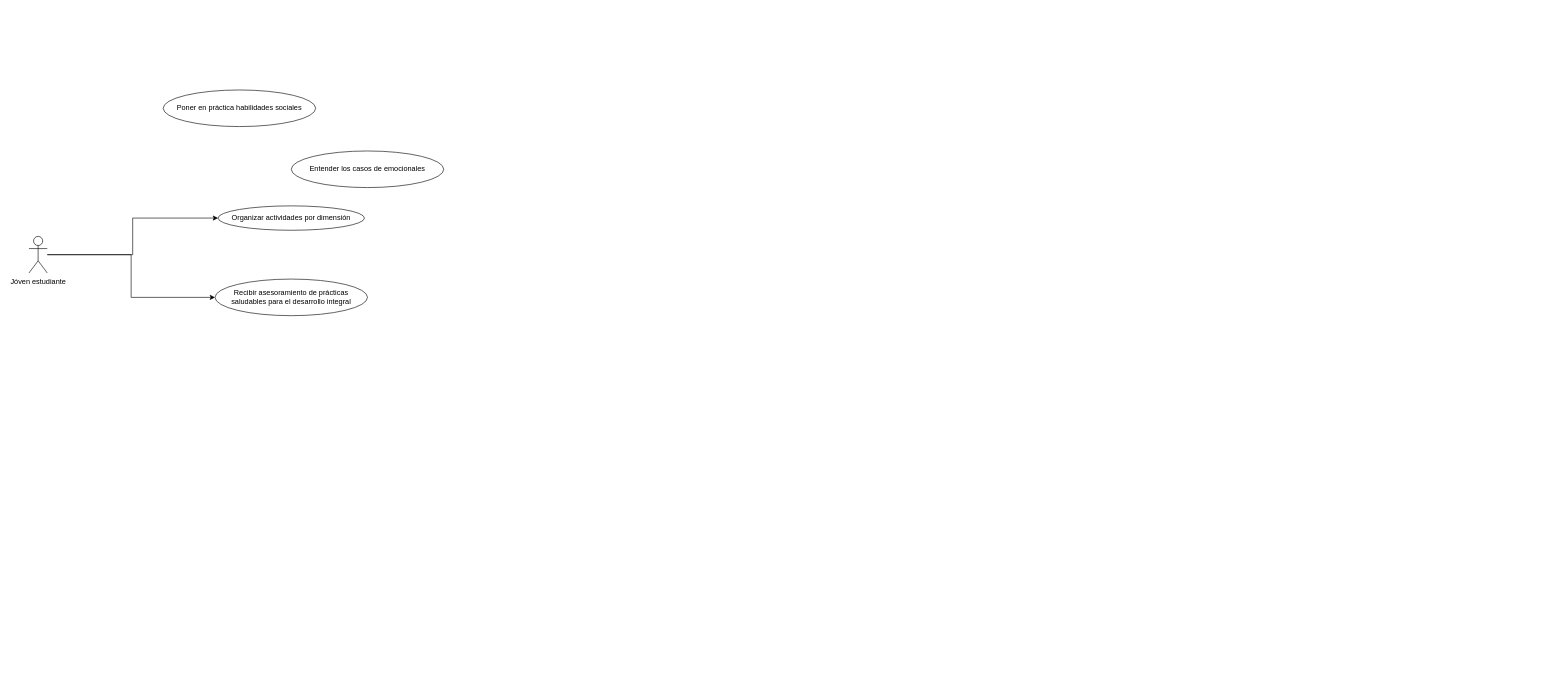
Earlier version of the draw.io diagram ArquitecturaAUVRA.drawio (MatiaswthH/Diagramas_drawio). Source tidied: cells renumbered, new cells numbered last; positions are measured from the earlier drawing's top-left corner, leaving out a move shared by most shapes. Both pictures are drawn from the tidied source at 61%, with x=0, y=0 at pixel (29, 90).
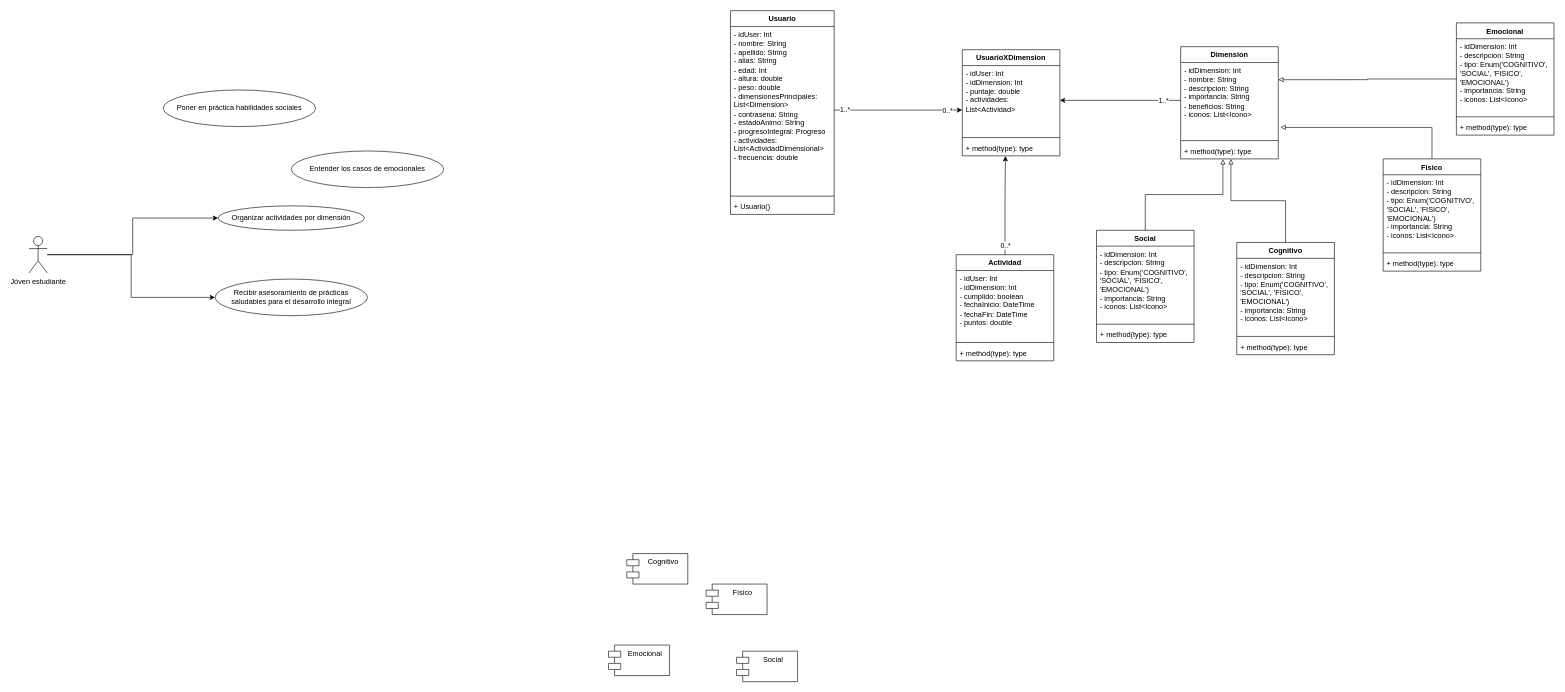
The same page after the edit.

Diff of the diagram source:
```diff
@@
+    <mxCell id="9" value="Cognitivo" style="shape=module;align=left;spacingLeft=20;align=center;verticalAlign=top;whiteSpace=wrap;html=1;" parent="1" vertex="1">
+      <mxGeometry x="980" y="760" width="100" height="50" as="geometry" />
+    </mxCell>
+    <mxCell id="10" value="Emocional" style="shape=module;align=left;spacingLeft=20;align=center;verticalAlign=top;whiteSpace=wrap;html=1;" parent="1" vertex="1">
+      <mxGeometry x="950" y="910" width="100" height="50" as="geometry" />
+    </mxCell>
+    <mxCell id="11" value="Físico" style="shape=module;align=left;spacingLeft=20;align=center;verticalAlign=top;whiteSpace=wrap;html=1;" parent="1" vertex="1">
+      <mxGeometry x="1110" y="810" width="100" height="50" as="geometry" />
+    </mxCell>
+    <mxCell id="12" value="Social" style="shape=module;align=left;spacingLeft=20;align=center;verticalAlign=top;whiteSpace=wrap;html=1;" parent="1" vertex="1">
+      <mxGeometry x="1160" y="920" width="100" height="50" as="geometry" />
+    </mxCell>
+    <mxCell id="13" value="Usuario" style="swimlane;fontStyle=1;align=center;verticalAlign=top;horizontal=1;startSize=26;whiteSpace=wrap;html=1;" parent="1" vertex="1">
+      <mxGeometry x="1150" y="-130" width="170" height="334" as="geometry" />
+    </mxCell>
+    <mxCell id="14" value="- idUser: Int&lt;div&gt;- nombre: String&lt;/div&gt;&lt;div&gt;- apellido: String&lt;/div&gt;&lt;div&gt;- alias: String&lt;/div&gt;&lt;div&gt;- edad: Int&lt;/div&gt;&lt;div&gt;- altura: double&lt;/div&gt;&lt;div&gt;- peso: double&lt;/div&gt;&lt;div&gt;&lt;div&gt;&lt;div&gt;- dimensionesPrincipales: List&amp;lt;Dimension&amp;gt;&lt;/div&gt;&lt;/div&gt;&lt;div&gt;- contrasena: String&lt;/div&gt;&lt;div&gt;- estadoAnimo: String&lt;/div&gt;&lt;div&gt;- progresoIntegral: Progreso&lt;/div&gt;&lt;/div&gt;&lt;div&gt;- actividades: List&amp;lt;ActividadDimensional&amp;gt;&lt;/div&gt;&lt;div&gt;- frecuencia: double&lt;/div&gt;" style="text;strokeColor=none;fillColor=none;align=left;verticalAlign=top;spacingLeft=4;spacingRight=4;overflow=hidden;points=[[0,0.5],[1,0.5]];portConstraint=eastwest;whiteSpace=wrap;html=1;" parent="13" vertex="1">
+      <mxGeometry y="26" width="170" height="274" as="geometry" />
+    </mxCell>
+    <mxCell id="15" style="line;strokeWidth=1;fillColor=none;align=left;verticalAlign=middle;spacingTop=-1;spacingLeft=3;spacingRight=3;labelPosition=right;strokeColor=inherit;" parent="13" vertex="1">
+      <mxGeometry y="300" width="170" height="8" as="geometry" />
+    </mxCell>
+    <mxCell id="16" value="+ Usuario()" style="text;strokeColor=none;fillColor=none;align=left;verticalAlign=top;spacingLeft=4;spacingRight=4;overflow=hidden;whiteSpace=wrap;html=1;" parent="13" vertex="1">
+      <mxGeometry y="308" width="170" height="26" as="geometry" />
+    </mxCell>
+    <mxCell id="17" value="Dimension" style="swimlane;fontStyle=1;align=center;verticalAlign=top;horizontal=1;startSize=26;whiteSpace=wrap;html=1;" parent="1" vertex="1">
+      <mxGeometry x="1888" y="-71" width="160" height="184" as="geometry" />
+    </mxCell>
+    <mxCell id="18" value="&lt;div&gt;- idDimension: Int&lt;/div&gt;&lt;div&gt;- nombre: String&lt;/div&gt;&lt;div&gt;- descripcion: String&lt;/div&gt;&lt;div&gt;- importancia: String&lt;/div&gt;&lt;div&gt;- beneficios: String&lt;/div&gt;&lt;div&gt;- iconos: List&amp;lt;Icono&amp;gt;&amp;nbsp;&lt;/div&gt;" style="text;strokeColor=none;fillColor=none;align=left;verticalAlign=top;spacingLeft=4;spacingRight=4;overflow=hidden;points=[[0,0.5],[1,0.5]];portConstraint=eastwest;whiteSpace=wrap;html=1;" parent="17" vertex="1">
+      <mxGeometry y="26" width="160" height="124" as="geometry" />
+    </mxCell>
+    <mxCell id="19" style="line;strokeWidth=1;fillColor=none;align=left;verticalAlign=middle;spacingTop=-1;spacingLeft=3;spacingRight=3;labelPosition=right;strokeColor=inherit;" parent="17" vertex="1">
+      <mxGeometry y="150" width="160" height="8" as="geometry" />
+    </mxCell>
+    <mxCell id="20" value="+ method(type): type" style="text;strokeColor=none;fillColor=none;align=left;verticalAlign=top;spacingLeft=4;spacingRight=4;overflow=hidden;points=[[0,0.5],[1,0.5]];portConstraint=eastwest;whiteSpace=wrap;html=1;" parent="17" vertex="1">
+      <mxGeometry y="158" width="160" height="26" as="geometry" />
+    </mxCell>
+    <mxCell id="21" value="UsuarioXDimension" style="swimlane;fontStyle=1;align=center;verticalAlign=top;horizontal=1;startSize=26;whiteSpace=wrap;html=1;" parent="1" vertex="1">
+      <mxGeometry x="1530" y="-66" width="160" height="174" as="geometry" />
+    </mxCell>
+    <mxCell id="22" value="&lt;div&gt;- idUser: Int&lt;/div&gt;&lt;div&gt;- idDimension: Int&lt;/div&gt;&lt;div&gt;&lt;span style=&quot;background-color: transparent; color: light-dark(rgb(0, 0, 0), rgb(255, 255, 255));&quot;&gt;- puntaje: double&amp;nbsp;&lt;/span&gt;&lt;/div&gt;&lt;div&gt;- actividades: List&amp;lt;Actividad&amp;gt;&lt;/div&gt;" style="text;strokeColor=none;fillColor=none;align=left;verticalAlign=top;spacingLeft=4;spacingRight=4;overflow=hidden;points=[[0,0.5],[1,0.5]];portConstraint=eastwest;whiteSpace=wrap;html=1;" parent="21" vertex="1">
+      <mxGeometry y="26" width="160" height="114" as="geometry" />
+    </mxCell>
+    <mxCell id="23" style="line;strokeWidth=1;fillColor=none;align=left;verticalAlign=middle;spacingTop=-1;spacingLeft=3;spacingRight=3;labelPosition=right;strokeColor=inherit;" parent="21" vertex="1">
+      <mxGeometry y="140" width="160" height="8" as="geometry" />
+    </mxCell>
+    <mxCell id="24" value="+ method(type): type" style="text;strokeColor=none;fillColor=none;align=left;verticalAlign=top;spacingLeft=4;spacingRight=4;overflow=hidden;points=[[0,0.5],[1,0.5]];portConstraint=eastwest;whiteSpace=wrap;html=1;" parent="21" vertex="1">
+      <mxGeometry y="148" width="160" height="26" as="geometry" />
+    </mxCell>
+    <mxCell id="25" value="Actividad" style="swimlane;fontStyle=1;align=center;verticalAlign=top;horizontal=1;startSize=26;whiteSpace=wrap;html=1;" parent="1" vertex="1">
+      <mxGeometry x="1520" y="270" width="160" height="174" as="geometry" />
+    </mxCell>
+    <mxCell id="26" value="&lt;div&gt;- idUser: Int&lt;/div&gt;&lt;div&gt;- idDimension: Int&lt;/div&gt;&lt;div&gt;&lt;span style=&quot;background-color: transparent; color: light-dark(rgb(0, 0, 0), rgb(255, 255, 255));&quot;&gt;- cumplido: boolean&lt;/span&gt;&lt;/div&gt;&lt;div&gt;- fechaInicio: DateTime&lt;/div&gt;&lt;div&gt;- fechaFin: DateTime&lt;/div&gt;&lt;div&gt;- puntos: double&lt;/div&gt;" style="text;strokeColor=none;fillColor=none;align=left;verticalAlign=top;spacingLeft=4;spacingRight=4;overflow=hidden;whiteSpace=wrap;html=1;" parent="25" vertex="1">
+      <mxGeometry y="26" width="160" height="114" as="geometry" />
+    </mxCell>
+    <mxCell id="27" style="line;strokeWidth=1;fillColor=none;align=left;verticalAlign=middle;spacingTop=-1;spacingLeft=3;spacingRight=3;labelPosition=right;strokeColor=inherit;" parent="25" vertex="1">
+      <mxGeometry y="140" width="160" height="8" as="geometry" />
+    </mxCell>
+    <mxCell id="28" value="+ method(type): type" style="text;strokeColor=none;fillColor=none;align=left;verticalAlign=top;spacingLeft=4;spacingRight=4;overflow=hidden;whiteSpace=wrap;html=1;" parent="25" vertex="1">
+      <mxGeometry y="148" width="160" height="26" as="geometry" />
+    </mxCell>
+    <mxCell id="29" value="Social" style="swimlane;fontStyle=1;align=center;verticalAlign=top;horizontal=1;startSize=26;whiteSpace=wrap;html=1;" parent="1" vertex="1">
+      <mxGeometry x="1750" y="230" width="160" height="184" as="geometry" />
+    </mxCell>
+    <mxCell id="30" value="&lt;div&gt;- idDimension: Int&lt;/div&gt;- descripcion: String&lt;div&gt;- tipo: Enum('COGNITIVO', 'SOCIAL', 'FISICO', 'EMOCIONAL')&lt;/div&gt;&lt;div&gt;- importancia: String&lt;/div&gt;&lt;div&gt;- iconos: List&amp;lt;Icono&amp;gt;&amp;nbsp;&lt;/div&gt;" style="text;strokeColor=none;fillColor=none;align=left;verticalAlign=top;spacingLeft=4;spacingRight=4;overflow=hidden;whiteSpace=wrap;html=1;" parent="29" vertex="1">
+      <mxGeometry y="26" width="160" height="124" as="geometry" />
+    </mxCell>
+    <mxCell id="31" style="line;strokeWidth=1;fillColor=none;align=left;verticalAlign=middle;spacingTop=-1;spacingLeft=3;spacingRight=3;labelPosition=right;strokeColor=inherit;" parent="29" vertex="1">
+      <mxGeometry y="150" width="160" height="8" as="geometry" />
+    </mxCell>
+    <mxCell id="32" value="+ method(type): type" style="text;strokeColor=none;fillColor=none;align=left;verticalAlign=top;spacingLeft=4;spacingRight=4;overflow=hidden;whiteSpace=wrap;html=1;" parent="29" vertex="1">
+      <mxGeometry y="158" width="160" height="26" as="geometry" />
+    </mxCell>
+    <mxCell id="33" value="Cognitivo" style="swimlane;fontStyle=1;align=center;verticalAlign=top;horizontal=1;startSize=26;whiteSpace=wrap;html=1;" parent="1" vertex="1">
+      <mxGeometry x="1980" y="250" width="160" height="184" as="geometry" />
+    </mxCell>
+    <mxCell id="34" value="&lt;div&gt;- idDimension: Int&lt;/div&gt;- descripcion: String&lt;div&gt;- tipo: Enum('COGNITIVO', 'SOCIAL', 'FISICO', 'EMOCIONAL')&lt;/div&gt;&lt;div&gt;- importancia: String&lt;/div&gt;&lt;div&gt;- iconos: List&amp;lt;Icono&amp;gt;&amp;nbsp;&lt;/div&gt;" style="text;strokeColor=none;fillColor=none;align=left;verticalAlign=top;spacingLeft=4;spacingRight=4;overflow=hidden;whiteSpace=wrap;html=1;" parent="33" vertex="1">
+      <mxGeometry y="26" width="160" height="124" as="geometry" />
+    </mxCell>
+    <mxCell id="35" style="line;strokeWidth=1;fillColor=none;align=left;verticalAlign=middle;spacingTop=-1;spacingLeft=3;spacingRight=3;labelPosition=right;strokeColor=inherit;" parent="33" vertex="1">
+      <mxGeometry y="150" width="160" height="8" as="geometry" />
+    </mxCell>
+    <mxCell id="36" value="+ method(type): type" style="text;strokeColor=none;fillColor=none;align=left;verticalAlign=top;spacingLeft=4;spacingRight=4;overflow=hidden;whiteSpace=wrap;html=1;" parent="33" vertex="1">
+      <mxGeometry y="158" width="160" height="26" as="geometry" />
+    </mxCell>
+    <mxCell id="37" value="Fisico" style="swimlane;fontStyle=1;align=center;verticalAlign=top;horizontal=1;startSize=26;whiteSpace=wrap;html=1;" parent="1" vertex="1">
+      <mxGeometry x="2220" y="113" width="160" height="184" as="geometry" />
+    </mxCell>
+    <mxCell id="38" value="&lt;div&gt;- idDimension: Int&lt;/div&gt;- descripcion: String&lt;div&gt;- tipo: Enum('COGNITIVO', 'SOCIAL', 'FISICO', 'EMOCIONAL')&lt;/div&gt;&lt;div&gt;- importancia: String&lt;/div&gt;&lt;div&gt;- iconos: List&amp;lt;Icono&amp;gt;&amp;nbsp;&lt;/div&gt;" style="text;strokeColor=none;fillColor=none;align=left;verticalAlign=top;spacingLeft=4;spacingRight=4;overflow=hidden;whiteSpace=wrap;html=1;" parent="37" vertex="1">
+      <mxGeometry y="26" width="160" height="124" as="geometry" />
+    </mxCell>
+    <mxCell id="39" style="line;strokeWidth=1;fillColor=none;align=left;verticalAlign=middle;spacingTop=-1;spacingLeft=3;spacingRight=3;labelPosition=right;strokeColor=inherit;" parent="37" vertex="1">
+      <mxGeometry y="150" width="160" height="8" as="geometry" />
+    </mxCell>
+    <mxCell id="40" value="+ method(type): type" style="text;strokeColor=none;fillColor=none;align=left;verticalAlign=top;spacingLeft=4;spacingRight=4;overflow=hidden;whiteSpace=wrap;html=1;" parent="37" vertex="1">
+      <mxGeometry y="158" width="160" height="26" as="geometry" />
+    </mxCell>
+    <mxCell id="41" value="Emocional" style="swimlane;fontStyle=1;align=center;verticalAlign=top;horizontal=1;startSize=26;whiteSpace=wrap;html=1;" parent="1" vertex="1">
+      <mxGeometry x="2340" y="-110" width="160" height="184" as="geometry" />
+    </mxCell>
+    <mxCell id="42" value="&lt;div&gt;- idDimension: Int&lt;/div&gt;- descripcion: String&lt;div&gt;- tipo: Enum('COGNITIVO', 'SOCIAL', 'FISICO', 'EMOCIONAL')&lt;/div&gt;&lt;div&gt;- importancia: String&lt;/div&gt;&lt;div&gt;- iconos: List&amp;lt;Icono&amp;gt;&amp;nbsp;&lt;/div&gt;" style="text;strokeColor=none;fillColor=none;align=left;verticalAlign=top;spacingLeft=4;spacingRight=4;overflow=hidden;whiteSpace=wrap;html=1;" parent="41" vertex="1">
+      <mxGeometry y="26" width="160" height="124" as="geometry" />
+    </mxCell>
+    <mxCell id="43" style="line;strokeWidth=1;fillColor=none;align=left;verticalAlign=middle;spacingTop=-1;spacingLeft=3;spacingRight=3;labelPosition=right;strokeColor=inherit;" parent="41" vertex="1">
+      <mxGeometry y="150" width="160" height="8" as="geometry" />
+    </mxCell>
+    <mxCell id="44" value="+ method(type): type" style="text;strokeColor=none;fillColor=none;align=left;verticalAlign=top;spacingLeft=4;spacingRight=4;overflow=hidden;whiteSpace=wrap;html=1;" parent="41" vertex="1">
+      <mxGeometry y="158" width="160" height="26" as="geometry" />
+    </mxCell>
+    <mxCell id="45" style="edgeStyle=orthogonalEdgeStyle;rounded=0;jettySize=auto;html=1;entryX=0.433;entryY=1.02;entryDx=0;entryDy=0;entryPerimeter=0;endArrow=block;endFill=0;" parent="1" edge="1" source="29" target="20">
+      <mxGeometry relative="1" as="geometry" />
+    </mxCell>
+    <mxCell id="46" style="edgeStyle=orthogonalEdgeStyle;rounded=0;jettySize=auto;html=1;entryX=0.515;entryY=1.014;entryDx=0;entryDy=0;entryPerimeter=0;endArrow=block;endFill=0;" parent="1" edge="1" source="33" target="20">
+      <mxGeometry relative="1" as="geometry" />
+    </mxCell>
+    <mxCell id="47" style="edgeStyle=orthogonalEdgeStyle;rounded=0;jettySize=auto;html=1;entryX=1.023;entryY=0.858;entryDx=0;entryDy=0;entryPerimeter=0;endArrow=block;endFill=0;" parent="1" edge="1" source="37" target="18">
+      <mxGeometry relative="1" as="geometry" />
+    </mxCell>
+    <mxCell id="48" style="edgeStyle=orthogonalEdgeStyle;rounded=0;jettySize=auto;html=1;entryX=1;entryY=0.227;entryDx=0;entryDy=0;entryPerimeter=0;endArrow=block;endFill=0;" parent="1" edge="1" source="41" target="18">
+      <mxGeometry relative="1" as="geometry" />
+    </mxCell>
+    <mxCell id="49" style="edgeStyle=orthogonalEdgeStyle;rounded=0;jettySize=auto;html=1;entryX=1;entryY=0.5;entryDx=0;entryDy=0;" parent="1" edge="1" source="18" target="22">
+      <mxGeometry relative="1" as="geometry" />
+    </mxCell>
+    <mxCell id="50" value="1..*" style="edgeLabel;html=1;align=center;verticalAlign=middle;" parent="49" vertex="1">
+      <mxGeometry x="-0.71" relative="1" as="geometry" />
+    </mxCell>
+    <mxCell id="51" style="edgeStyle=orthogonalEdgeStyle;rounded=0;jettySize=auto;html=1;entryX=-0.001;entryY=0.64;entryDx=0;entryDy=0;entryPerimeter=0;" parent="1" edge="1" source="14" target="22">
+      <mxGeometry relative="1" as="geometry" />
+    </mxCell>
+    <mxCell id="52" value="1..*" style="edgeLabel;html=1;align=center;verticalAlign=middle;" parent="51" vertex="1">
+      <mxGeometry x="-0.84" relative="1" as="geometry" />
+    </mxCell>
+    <mxCell id="53" value="0..*" style="edgeLabel;html=1;align=center;verticalAlign=middle;" parent="51" vertex="1">
+      <mxGeometry x="0.76" y="-2" relative="1" as="geometry" />
+    </mxCell>
+    <mxCell id="54" style="edgeStyle=orthogonalEdgeStyle;rounded=0;jettySize=auto;html=1;entryX=0.442;entryY=1.016;entryDx=0;entryDy=0;entryPerimeter=0;" parent="1" edge="1" source="25" target="24">
+      <mxGeometry relative="1" as="geometry" />
+    </mxCell>
+    <mxCell id="55" value="0..*" style="edgeLabel;html=1;align=center;verticalAlign=middle;" parent="54" vertex="1">
+      <mxGeometry x="-0.8" relative="1" as="geometry" />
+    </mxCell>
```
